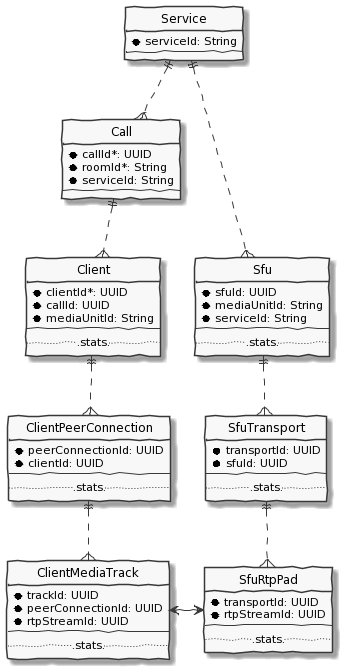
The PlantUML diagram docs/images/object-hierarchy.png in ObserveRTC/observer-service, before a commit. Source of this version:
```plantuml
@startuml
skinparam handwritten true
skinparam monochrome true
skinparam backgroundColor transparent

hide circle


entity "SfuRtpPad" as sfupads {
*transportId: UUID
*rtpStreamId: UUID
--
...stats...
}

entity "SfuTransport" as sfutransport {
*transportId: UUID
*sfuId: UUID
--
...stats...
}

entity "Sfu" as sfu {
*sfuId: UUID
*mediaUnitId: String
*serviceId: String
--
...stats...
}

entity "ClientMediaTrack" as tracks {
*trackId: UUID
*peerConnectionId: UUID
*rtpStreamId: UUID
--
...stats...
}

entity "ClientPeerConnection" as pcs {
*peerConnectionId: UUID
*clientId: UUID
--
...stats...
}

entity "Client" as client {
*clientId*: UUID
*callId: UUID
*mediaUnitId: String
--
...stats...
}


entity "Call" as call {
*callId*: UUID
*roomId*: String
*serviceId: String
--
}


entity "Service" as service {
*serviceId: String
--
}

service ||.d.{ call
call ||.d.{ client
client ||.d.{ pcs
pcs ||.d.{ tracks

service ||.d.{ sfu
sfu ||.d.{ sfutransport
sfutransport ||.d.{ sfupads

sfupads <-left-> tracks

sfutransport -[hidden]l-> pcs
sfu -[hidden]l-> client
@enduml
```
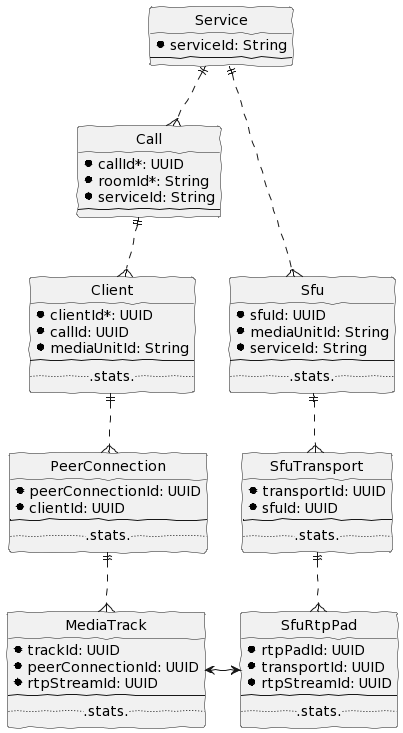
Later version of the same file.

Diff of the diagram source:
```diff
@@ -7,6 +7,7 @@
 
 
 entity "SfuRtpPad" as sfupads {
+*rtpPadId: UUID
 *transportId: UUID
 *rtpStreamId: UUID
 --
@@ -28,7 +29,7 @@
 ...stats...
 }
 
-entity "ClientMediaTrack" as tracks {
+entity "MediaTrack" as tracks {
 *trackId: UUID
 *peerConnectionId: UUID
 *rtpStreamId: UUID
@@ -36,7 +37,7 @@
 ...stats...
 }
 
-entity "ClientPeerConnection" as pcs {
+entity "PeerConnection" as pcs {
 *peerConnectionId: UUID
 *clientId: UUID
 --
```
